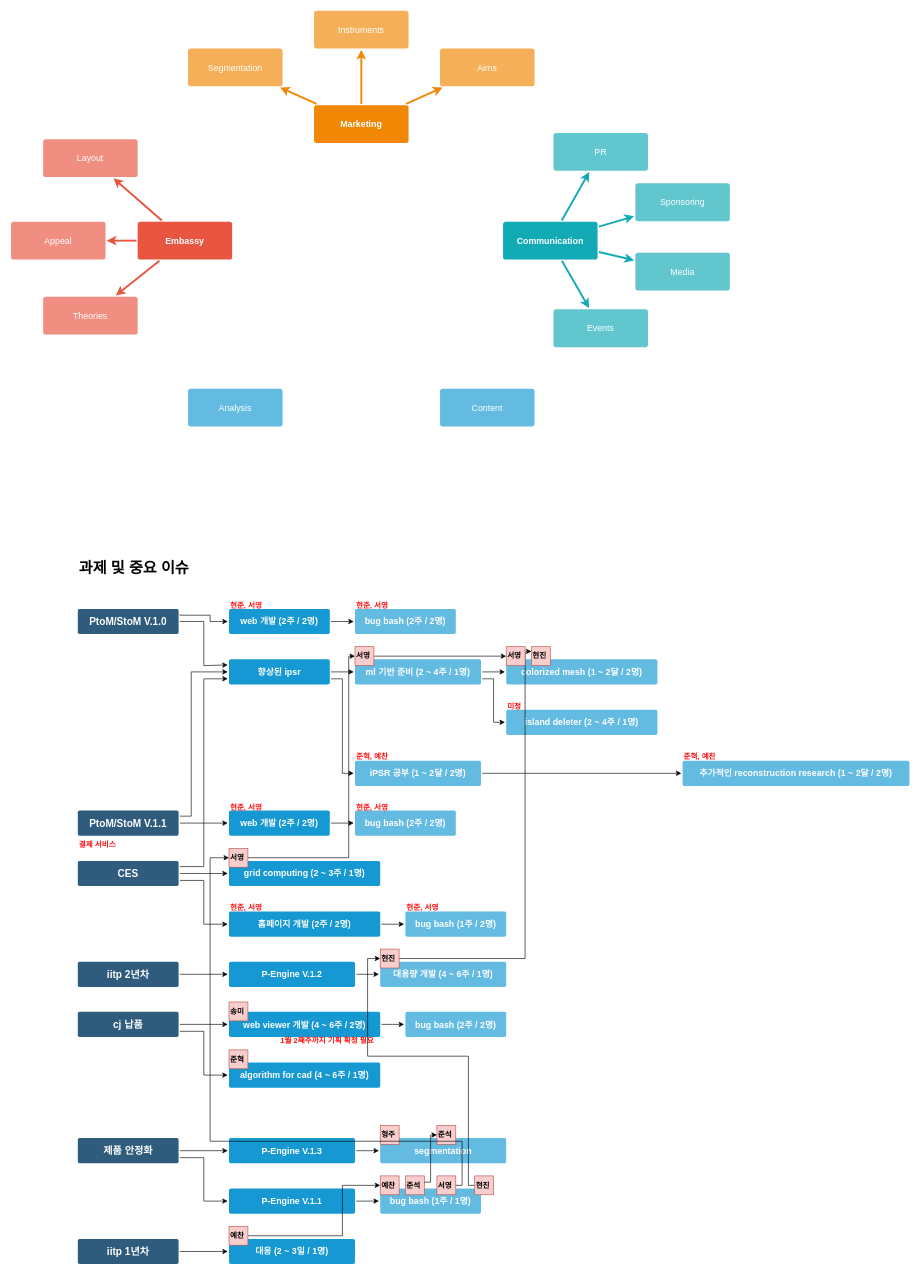
jjunbass89/Paper keeps this draw.io diagram as 우선순위.drawio. Above is the earlier version. Source tidied: cells renumbered, new cells numbered last; positions are measured from the earlier drawing's top-left corner, leaving out a move shared by most shapes. Both pictures are drawn from the tidied source at 63%, with x=0, y=0 at pixel (11, 10).
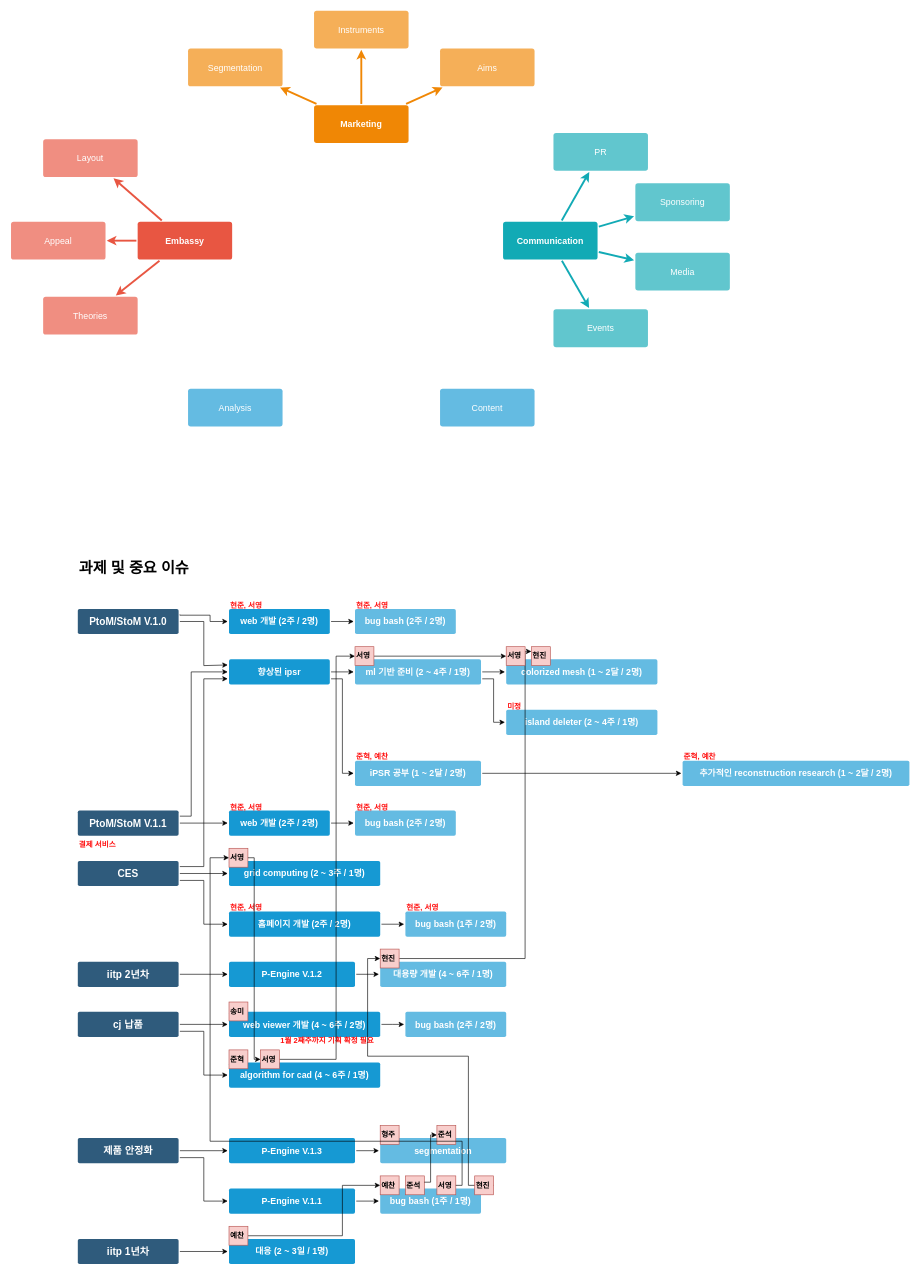
After the change.

Commit message (it also covers changes not shown here):
우선순위.drawio 업데이트

The change refers to these unchanged cells:
```xml
<mxCell id="108" value="서영" style="text;html=1;align=left;verticalAlign=middle;whiteSpace=wrap;rounded=0;fontStyle=1;fontSize=12;fillColor=#f8cecc;strokeColor=#b85450;" parent="1" vertex="1">
  <mxGeometry x="346" y="1330" width="30" height="30" as="geometry" />
</mxCell>
<mxCell id="113" value="서영" style="text;html=1;align=left;verticalAlign=middle;whiteSpace=wrap;rounded=0;fontStyle=1;fontSize=12;fillColor=#f8cecc;strokeColor=#b85450;" parent="1" vertex="1">
  <mxGeometry x="546" y="1010" width="30" height="30" as="geometry" />
</mxCell>
```

Diff of the diagram source:
```diff
@@
-    <mxCell id="111" style="edgeStyle=orthogonalEdgeStyle;rounded=0;jettySize=auto;html=1;exitX=1;exitY=0.5;exitDx=0;exitDy=0;entryX=0;entryY=0.5;entryDx=0;entryDy=0;" parent="1" edge="1" source="108" target="113">
+    <mxCell id="111" style="edgeStyle=orthogonalEdgeStyle;rounded=0;jettySize=auto;html=1;exitX=1;exitY=0.5;exitDx=0;exitDy=0;entryX=0;entryY=0.5;entryDx=0;entryDy=0;" parent="1" edge="1" target="113">
       <mxGeometry relative="1" as="geometry">
+        <mxPoint x="426" y="1665" as="sourcePoint" />
         <Array as="points">
-          <mxPoint x="536" y="1345" />
-          <mxPoint x="536" y="1025" />
+          <mxPoint x="516" y="1665" />
+          <mxPoint x="516" y="1025" />
         </Array>
       </mxGeometry>
     </mxCell>
@@
+    <mxCell id="115" value="서영" style="text;html=1;align=left;verticalAlign=middle;whiteSpace=wrap;rounded=0;fontStyle=1;fontSize=12;fillColor=#f8cecc;strokeColor=#b85450;" parent="1" vertex="1">
+      <mxGeometry x="396" y="1650" width="30" height="30" as="geometry" />
+    </mxCell>
+    <mxCell id="116" style="edgeStyle=orthogonalEdgeStyle;rounded=0;jettySize=auto;html=1;exitX=1;exitY=0.5;exitDx=0;exitDy=0;entryX=0;entryY=0.5;entryDx=0;entryDy=0;" parent="1" edge="1" source="108" target="115">
+      <mxGeometry relative="1" as="geometry">
+        <Array as="points">
+          <mxPoint x="386" y="1345" />
+          <mxPoint x="386" y="1665" />
+        </Array>
+      </mxGeometry>
+    </mxCell>
```
